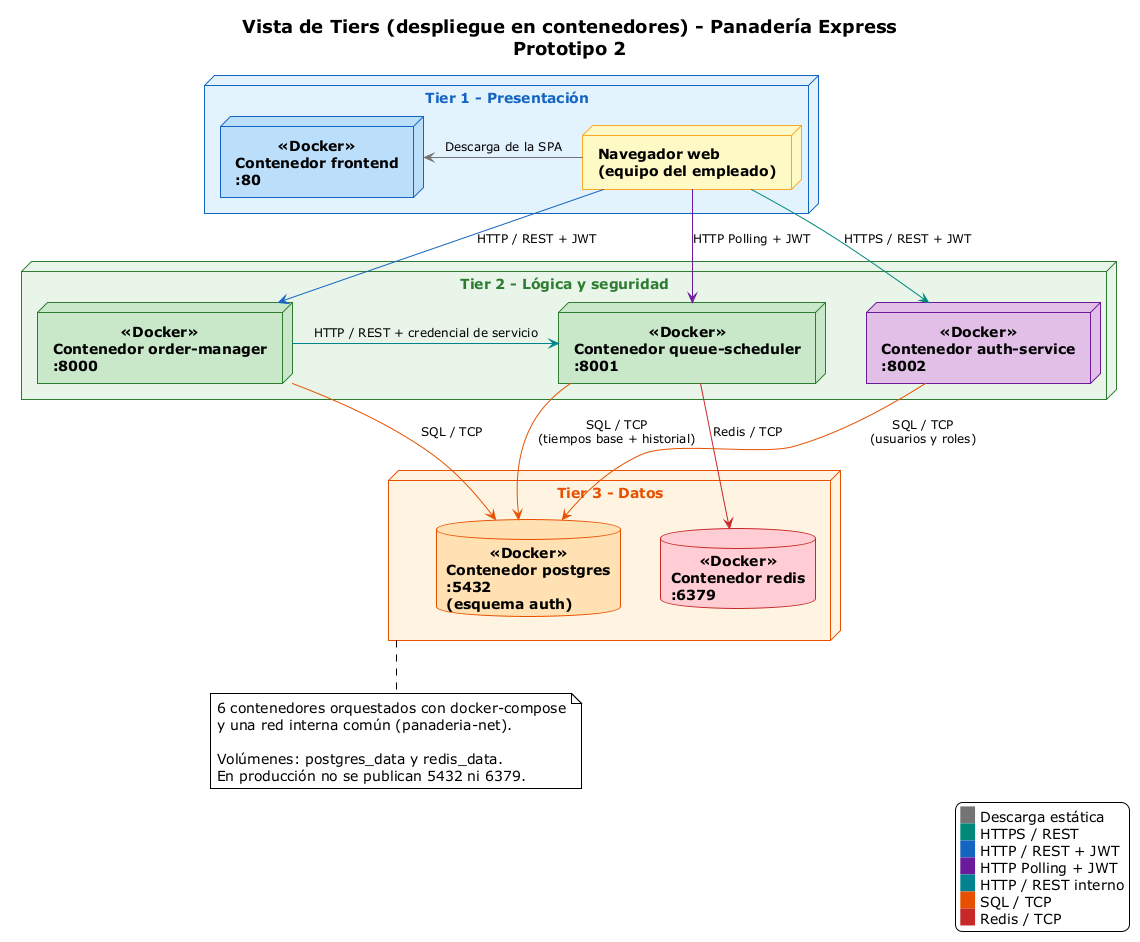
Earlier version of the PlantUML export g3-H-PanTech/docs/tiers_despliegue P2.png (unal-sw-arch/swarch-2026ii).
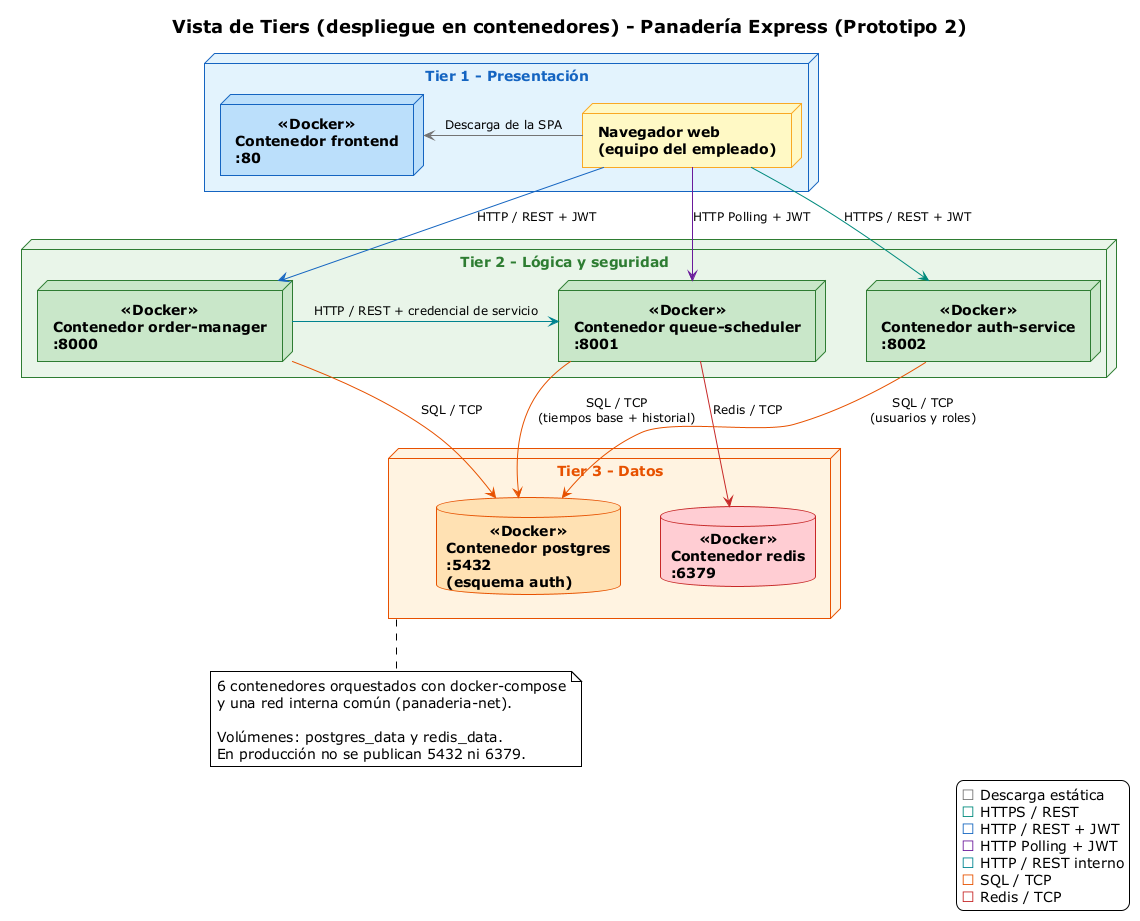
Later version of the same file.

Commit message:
docs: match prototype 2 diagrams to prototype 1 style

What changed in the source:
```diff
@@ -15,10 +15,7 @@
   FontStyle bold
 }
 
-title
-  Vista de Tiers (despliegue en contenedores) - Panadería Express
-  Prototipo 2
-end title
+title Vista de Tiers (despliegue en contenedores) - Panadería Express (Prototipo 2)
 
 node "Tier 1 - Presentación" as T1 #E3F2FD;line:1565C0;text:1565C0 {
   node "Navegador web\n(equipo del empleado)" as Browser #FFF9C4;line:F9A825
@@ -26,7 +23,7 @@
 }
 
 node "Tier 2 - Lógica y seguridad" as T2 #E8F5E9;line:2E7D32;text:2E7D32 {
-  node "Contenedor auth-service\n:8002" as CAuth <<Docker>> #E1BEE7;line:6A1B9A
+  node "Contenedor auth-service\n:8002" as CAuth <<Docker>> #C8E6C9;line:2E7D32
   node "Contenedor order-manager\n:8000" as COrder <<Docker>> #C8E6C9;line:2E7D32
   node "Contenedor queue-scheduler\n:8001" as CSched <<Docker>> #C8E6C9;line:2E7D32
 }
@@ -55,13 +52,13 @@
 end note
 
 legend right
-  <back:#757575>   </back> Descarga estática
-  <back:#00897B>   </back> HTTPS / REST
-  <back:#1565C0>   </back> HTTP / REST + JWT
-  <back:#6A1B9A>   </back> HTTP Polling + JWT
-  <back:#00838F>   </back> HTTP / REST interno
-  <back:#E65100>   </back> SQL / TCP
-  <back:#C62828>   </back> Redis / TCP
+  <color:#757575>■</color> Descarga estática
+  <color:#00897B>■</color> HTTPS / REST
+  <color:#1565C0>■</color> HTTP / REST + JWT
+  <color:#6A1B9A>■</color> HTTP Polling + JWT
+  <color:#00838F>■</color> HTTP / REST interno
+  <color:#E65100>■</color> SQL / TCP
+  <color:#C62828>■</color> Redis / TCP
 endlegend
 
 @enduml
```
